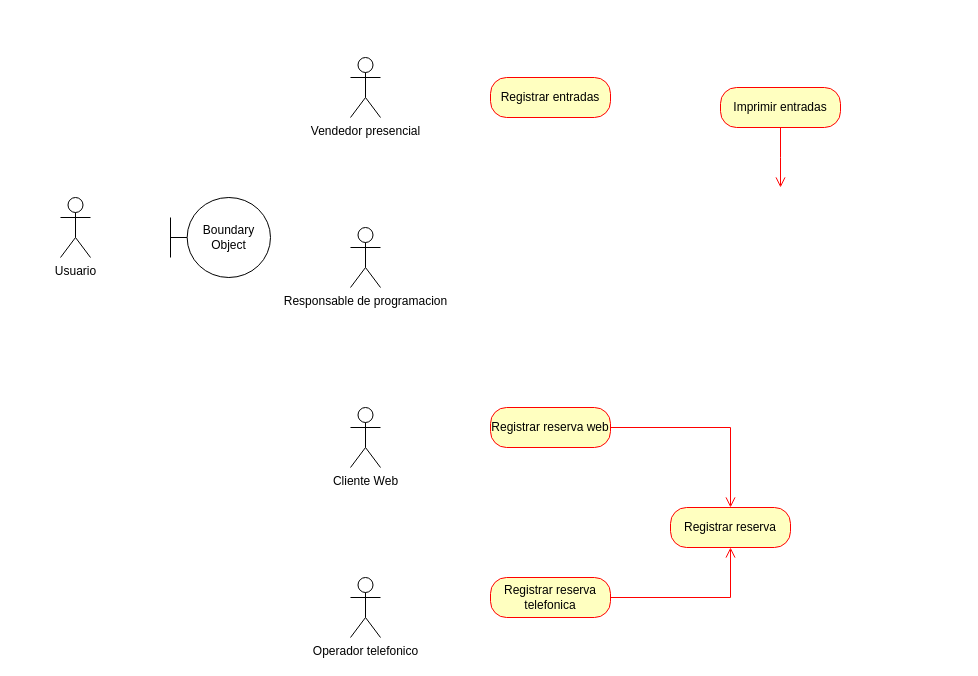
PCalderon77/Bases-de-datos1-ISSD keeps this draw.io diagram as Parcial_1_Analisis_de_sistemas.drawio. Above is the earlier version. Source tidied: cells renumbered, new cells numbered last; positions are measured from the earlier drawing's top-left corner, leaving out a move shared by most shapes. Both pictures are drawn from the tidied source at 100%, with x=0, y=0 at pixel (60, 57).
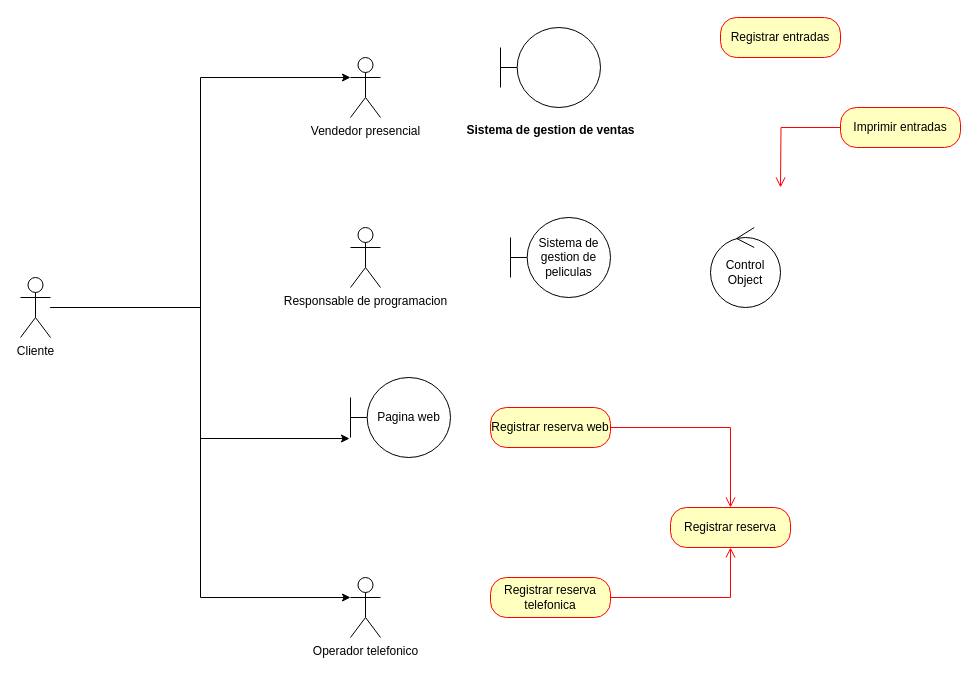
After the change.

Unchanged cells that the change refers to:
```xml
<mxCell id="7" value="Operador telefonico" style="shape=umlActor;verticalLabelPosition=bottom;verticalAlign=top;html=1;" parent="1" vertex="1">
  <mxGeometry x="290" y="520" width="30" height="60" as="geometry" />
</mxCell>
<mxCell id="12" value="Vendedor presencial" style="shape=umlActor;verticalLabelPosition=bottom;verticalAlign=top;html=1;" parent="1" vertex="1">
  <mxGeometry x="290" width="30" height="60" as="geometry" />
</mxCell>
```

What changed in the source:
```diff
@@
-    <mxCell id="2" value="Usuario" style="shape=umlActor;verticalLabelPosition=bottom;verticalAlign=top;html=1;" parent="1" vertex="1">
-      <mxGeometry y="140" width="30" height="60" as="geometry" />
-    </mxCell>
-    <mxCell id="3" value="Boundary Object" style="shape=umlBoundary;whiteSpace=wrap;html=1;" parent="1" vertex="1">
-      <mxGeometry x="110" y="140" width="100" height="80" as="geometry" />
+    <mxCell id="3" value="Pagina web" style="shape=umlBoundary;whiteSpace=wrap;html=1;" parent="1" vertex="1">
+      <mxGeometry x="290" y="320" width="100" height="80" as="geometry" />
     </mxCell>
-    <mxCell id="4" value="Cliente Web" style="shape=umlActor;verticalLabelPosition=bottom;verticalAlign=top;html=1;" parent="1" vertex="1">
-      <mxGeometry x="290" y="350" width="30" height="60" as="geometry" />
+    <mxCell id="4" value="Cliente" style="shape=umlActor;verticalLabelPosition=bottom;verticalAlign=top;html=1;" parent="1" vertex="1">
+      <mxGeometry x="-40" y="220" width="30" height="60" as="geometry" />
     </mxCell>
@@
     <mxCell id="13" value="Registrar entradas" style="rounded=1;whiteSpace=wrap;html=1;arcSize=40;fontColor=#000000;fillColor=#ffffc0;strokeColor=#ff0000;" parent="1" vertex="1">
-      <mxGeometry x="430" y="20" width="120" height="40" as="geometry" />
+      <mxGeometry x="660" y="-40" width="120" height="40" as="geometry" />
     </mxCell>
     <mxCell id="14" value="Imprimir entradas" style="rounded=1;whiteSpace=wrap;html=1;arcSize=40;fontColor=#000000;fillColor=#ffffc0;strokeColor=#ff0000;" parent="1" vertex="1">
-      <mxGeometry x="660" y="30" width="120" height="40" as="geometry" />
+      <mxGeometry x="780" y="50" width="120" height="40" as="geometry" />
     </mxCell>
@@
+    <mxCell id="16" style="edgeStyle=orthogonalEdgeStyle;rounded=0;jettySize=auto;html=1;entryX=-0.01;entryY=0.763;entryDx=0;entryDy=0;entryPerimeter=0;" parent="1" edge="1" source="4" target="3">
+      <mxGeometry relative="1" as="geometry" />
+    </mxCell>
+    <mxCell id="17" style="edgeStyle=orthogonalEdgeStyle;rounded=0;jettySize=auto;html=1;entryX=0;entryY=0.3333333333333333;entryDx=0;entryDy=0;entryPerimeter=0;" parent="1" edge="1" source="4" target="12">
+      <mxGeometry relative="1" as="geometry" />
+    </mxCell>
+    <mxCell id="18" style="edgeStyle=orthogonalEdgeStyle;rounded=0;jettySize=auto;html=1;entryX=0;entryY=0.3333333333333333;entryDx=0;entryDy=0;entryPerimeter=0;" parent="1" edge="1" source="4" target="7">
+      <mxGeometry relative="1" as="geometry" />
+    </mxCell>
+    <mxCell id="19" value="Sistema de gestion de peliculas" style="shape=umlBoundary;whiteSpace=wrap;html=1;" parent="1" vertex="1">
+      <mxGeometry x="450" y="160" width="100" height="80" as="geometry" />
+    </mxCell>
+    <mxCell id="20" value="Control Object" style="ellipse;shape=umlControl;whiteSpace=wrap;html=1;" parent="1" vertex="1">
+      <mxGeometry x="650" y="170" width="70" height="80" as="geometry" />
+    </mxCell>
+    <mxCell id="21" style="shape=umlBoundary;whiteSpace=wrap;html=1;" parent="1" vertex="1">
+      <mxGeometry x="440" y="-30" width="100" height="80" as="geometry" />
+    </mxCell>
+    <mxCell id="22" value="Sistema de gestion de ventas" style="text;align=center;fontStyle=1;verticalAlign=middle;spacingLeft=3;spacingRight=3;strokeColor=none;html=1;" parent="1" vertex="1">
+      <mxGeometry x="450" y="60" width="80" height="26" as="geometry" />
+    </mxCell>
```
